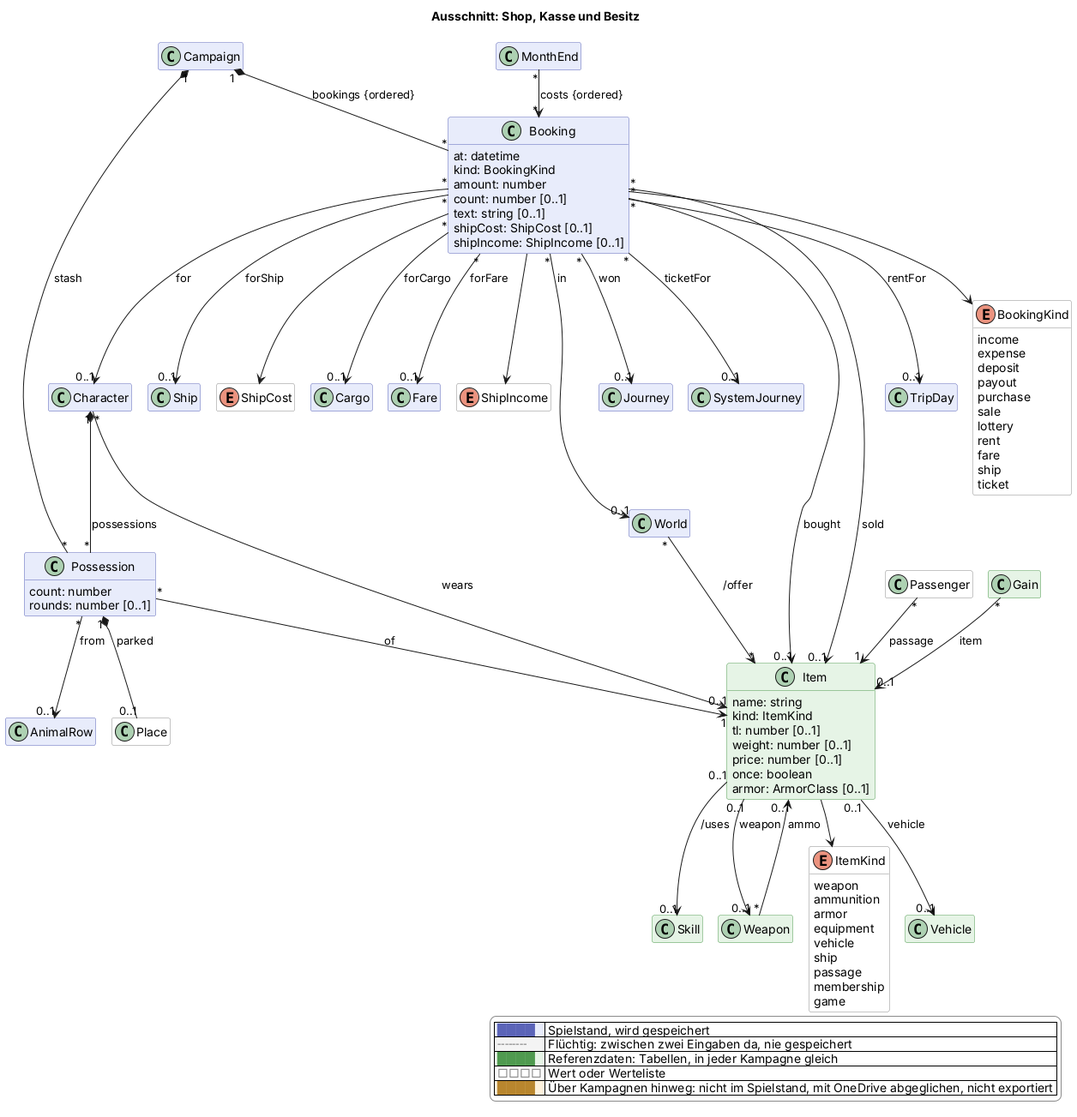
The PlantUML diagram docs/views/shop.png in scuzzar/SRE, before a commit.
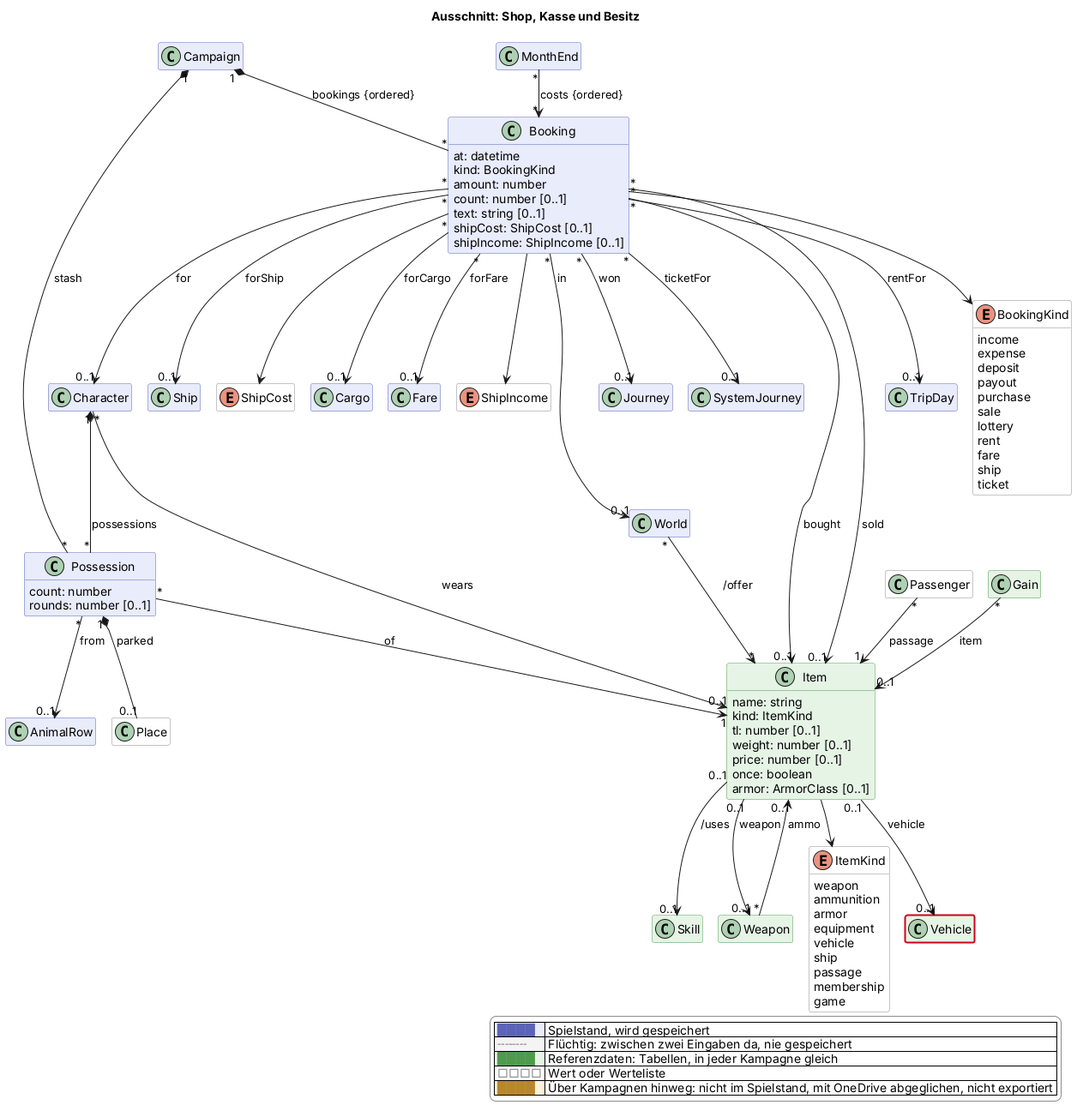
Above is the later version.

Diff of the diagram source:
```diff
@@ -197,4 +197,5 @@
   |<#ffffff> <color:#8a8a8a>□□□□</color> | Wert oder Werteliste |
   |<#fdf1dc> <color:#b8862e>████</color> | Über Kampagnen hinweg: nicht im Spielstand, mit OneDrive abgeglichen, nicht exportiert |
 endlegend
+class Vehicle #line:d0021b;line.bold
 @enduml
```
